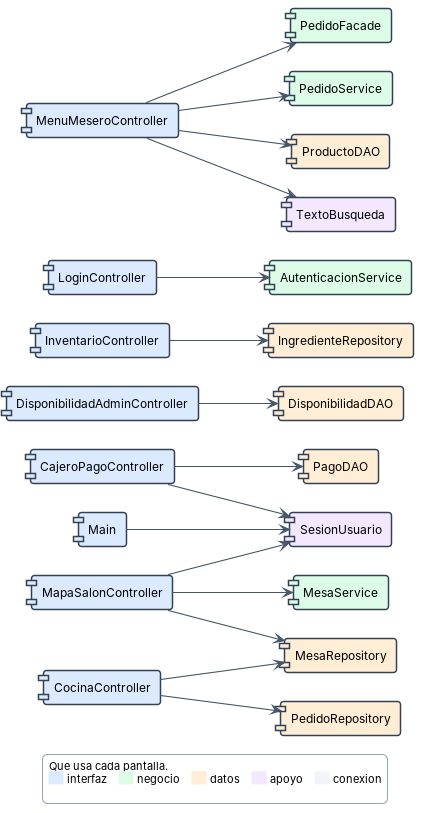
Earlier version of the PlantUML export docs/Imagenes/DiagramaComponentes_S2_UI.png (puj-course/FIS_2630_1204_G2). Its source is kept beside it as docs/diagramas-fuente/DiagramaComponentes_S2_UI.puml. Its diagram source:
```plantuml
@startuml
left to right direction
skinparam backgroundColor #FFFFFF
skinparam shadowing false
skinparam defaultFontName Helvetica
skinparam roundCorner 6
skinparam nodesep 28
skinparam ranksep 70
skinparam ArrowColor #475569
skinparam ArrowFontSize 11
skinparam ArrowThickness 1.1
skinparam PackageBorderColor #94A3B8
skinparam PackageFontStyle bold
skinparam PackageFontSize 13
skinparam ComponentBackgroundColor #FFFFFF
skinparam ComponentFontSize 12
skinparam ComponentBorderColor #334155
skinparam legendBackgroundColor #FFFFFF
skinparam legendBorderColor #94A3B8
skinparam legendFontSize 11
  component "CajeroPagoController" as c_CajeroPagoController #DBEAFE
  component "CocinaController" as c_CocinaController #DBEAFE
  component "DisponibilidadAdminController" as c_DisponibilidadAdminController #DBEAFE
  component "InventarioController" as c_InventarioController #DBEAFE
  component "LoginController" as c_LoginController #DBEAFE
  component "Main" as c_Main #DBEAFE
  component "MapaSalonController" as c_MapaSalonController #DBEAFE
  component "MenuMeseroController" as c_MenuMeseroController #DBEAFE
  component "AutenticacionService" as c_AutenticacionService #DCFCE7
  component "MesaService" as c_MesaService #DCFCE7
  component "PedidoFacade" as c_PedidoFacade #DCFCE7
  component "PedidoService" as c_PedidoService #DCFCE7
  component "DisponibilidadDAO" as c_DisponibilidadDAO #FFEDD5
  component "IngredienteRepository" as c_IngredienteRepository #FFEDD5
  component "MesaRepository" as c_MesaRepository #FFEDD5
  component "PagoDAO" as c_PagoDAO #FFEDD5
  component "PedidoRepository" as c_PedidoRepository #FFEDD5
  component "ProductoDAO" as c_ProductoDAO #FFEDD5
  component "SesionUsuario" as c_SesionUsuario #F3E8FF
  component "TextoBusqueda" as c_TextoBusqueda #F3E8FF
c_CajeroPagoController --> c_PagoDAO
c_CajeroPagoController --> c_SesionUsuario
c_CocinaController --> c_MesaRepository
c_CocinaController --> c_PedidoRepository
c_DisponibilidadAdminController --> c_DisponibilidadDAO
c_InventarioController --> c_IngredienteRepository
c_LoginController --> c_AutenticacionService
c_Main --> c_SesionUsuario
c_MapaSalonController --> c_MesaRepository
c_MapaSalonController --> c_MesaService
c_MapaSalonController --> c_SesionUsuario
c_MenuMeseroController --> c_PedidoFacade
c_MenuMeseroController --> c_PedidoService
c_MenuMeseroController --> c_ProductoDAO
c_MenuMeseroController --> c_TextoBusqueda
legend bottom
Que usa cada pantalla.
<back:#DBEAFE>     </back> interfaz    <back:#DCFCE7>     </back> negocio    <back:#FFEDD5>     </back> datos    <back:#F3E8FF>     </back> apoyo    <back:#F1F5F9>     </back> conexion

endlegend
@enduml
```
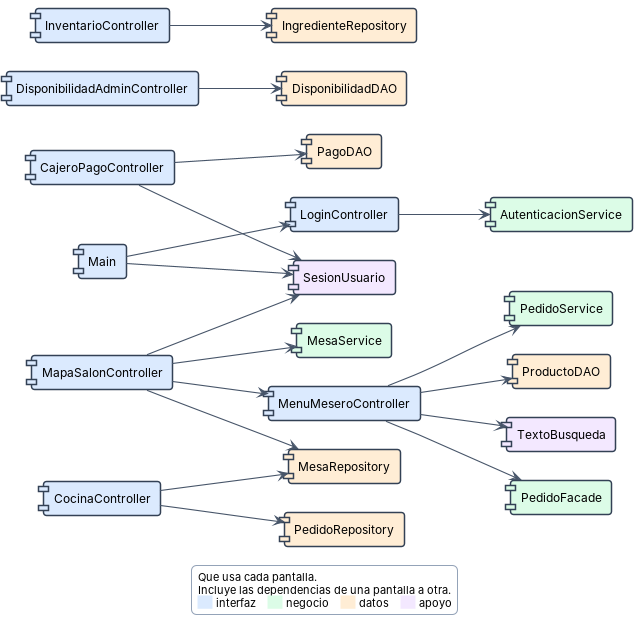
After the change.

Diff of the diagram source:
```diff
@@ -45,7 +45,9 @@
 c_DisponibilidadAdminController --> c_DisponibilidadDAO
 c_InventarioController --> c_IngredienteRepository
 c_LoginController --> c_AutenticacionService
+c_Main --> c_LoginController
 c_Main --> c_SesionUsuario
+c_MapaSalonController --> c_MenuMeseroController
 c_MapaSalonController --> c_MesaRepository
 c_MapaSalonController --> c_MesaService
 c_MapaSalonController --> c_SesionUsuario
@@ -55,7 +57,7 @@
 c_MenuMeseroController --> c_TextoBusqueda
 legend bottom
 Que usa cada pantalla.
-<back:#DBEAFE>     </back> interfaz    <back:#DCFCE7>     </back> negocio    <back:#FFEDD5>     </back> datos    <back:#F3E8FF>     </back> apoyo    <back:#F1F5F9>     </back> conexion
-
+Incluye las dependencias de una pantalla a otra.
+<back:#DBEAFE>     </back> interfaz    <back:#DCFCE7>     </back> negocio    <back:#FFEDD5>     </back> datos    <back:#F3E8FF>     </back> apoyo
 endlegend
 @enduml
```
